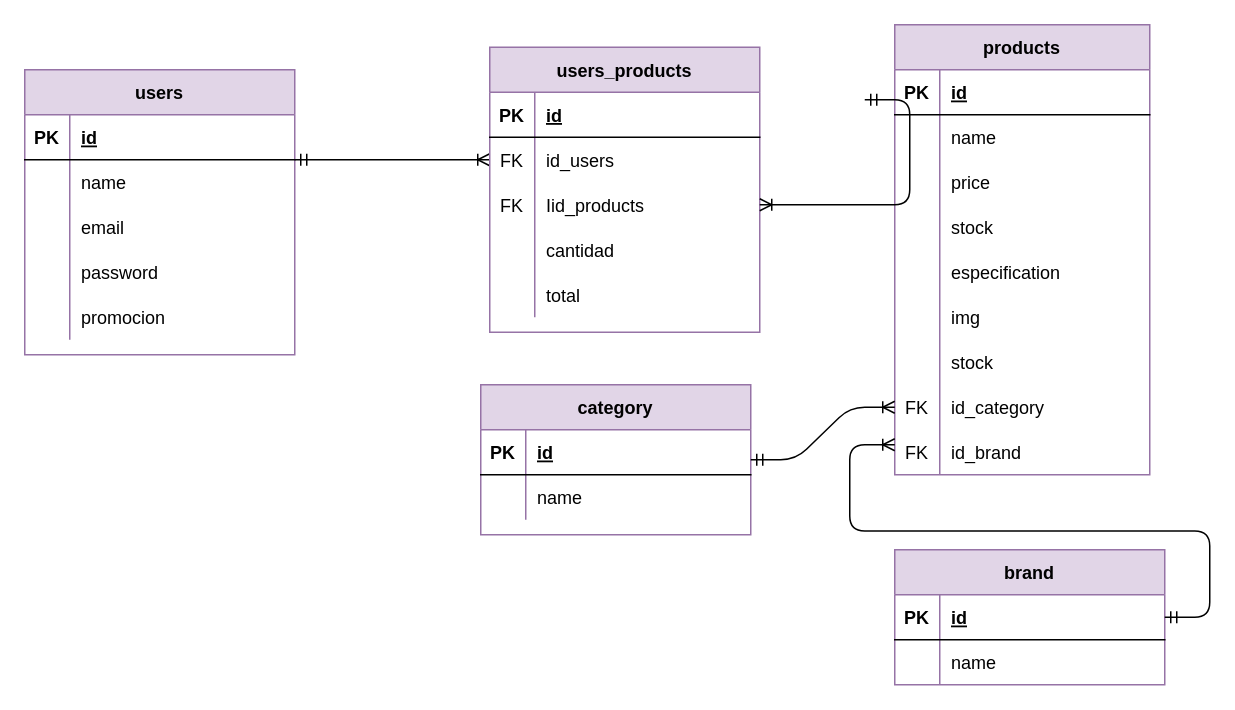
This is page "Página-7" (7 of 7) of Diagrama sin título.drawio from licia90/prueba, a draw.io file, before an edit. Source tidied: cells renumbered, new cells numbered last; positions are measured from the earlier drawing's top-left corner, leaving out a move shared by most shapes. Both pictures are drawn from the tidied source at 150%, with x=0, y=0 at pixel (24, 24).
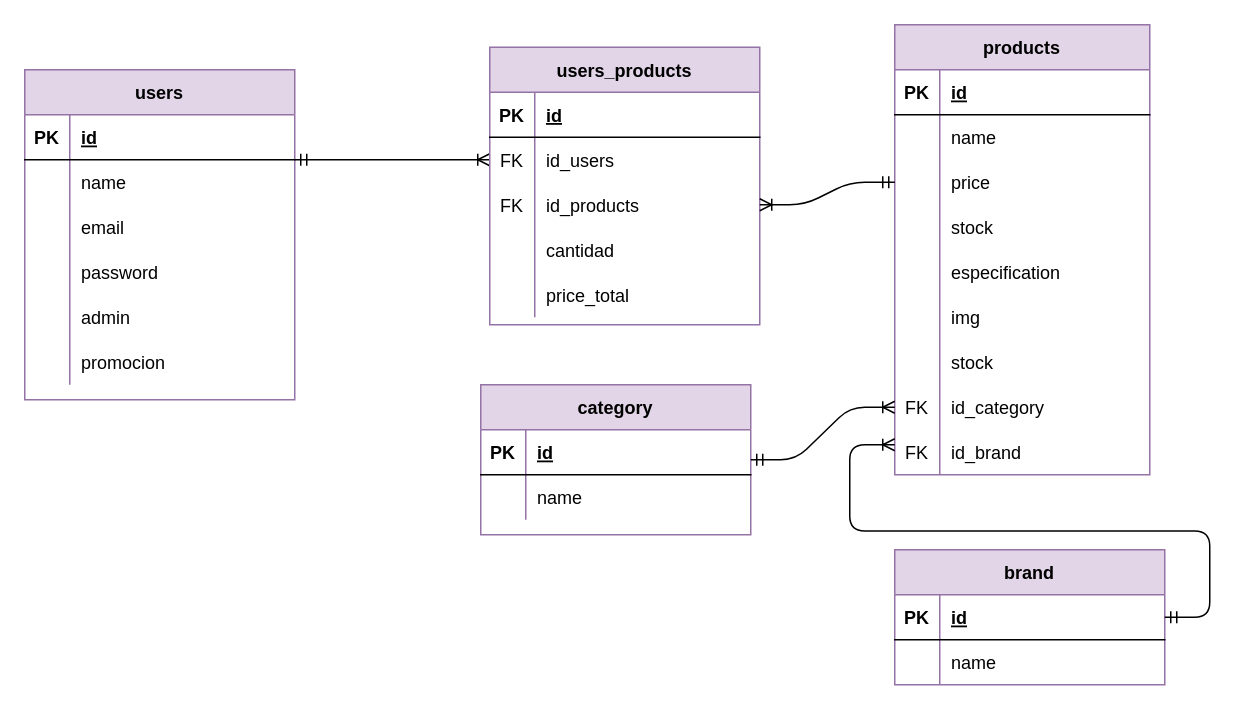
After the change.

The change refers to these unchanged cells:
```xml
<mxCell id="25" style="shape=partialRectangle;fillColor=none;top=0;left=0;bottom=0;right=0;points=[[0,0.5],[1,0.5]];portConstraint=eastwest;" parent="18" vertex="1">
  <mxGeometry y="90" width="170" height="30" as="geometry" />
</mxCell>
<mxCell id="54" style="shape=partialRectangle;fillColor=none;top=0;left=0;bottom=0;right=0;points=[[0,0.5],[1,0.5]];portConstraint=eastwest;" parent="47" vertex="1">
  <mxGeometry y="90" width="180" height="30" as="geometry" />
</mxCell>
<mxCell id="60" style="shape=partialRectangle;fillColor=none;top=0;left=0;bottom=0;right=0;" parent="47" vertex="1">
  <mxGeometry y="150" width="180" height="30" as="geometry" />
</mxCell>
```

The edit, as a diff of the source:
```diff
@@
     <mxCell id="2" value="users" style="shape=table;startSize=30;childLayout=tableLayout;rowLines=0;fontStyle=1;align=center;fillColor=#e1d5e7;strokeColor=#9673a6;" parent="1" vertex="1">
-      <mxGeometry y="30" width="180" height="190" as="geometry" />
+      <mxGeometry y="30" width="180" height="220" as="geometry" />
     </mxCell>
@@
+    <mxCell id="80" style="shape=partialRectangle;fillColor=none;top=0;left=0;bottom=0;right=0;" parent="2" vertex="1">
+      <mxGeometry y="150" width="180" height="30" as="geometry" />
+    </mxCell>
+    <mxCell id="81" style="shape=partialRectangle;fillColor=none;top=0;left=0;bottom=0;right=0;overflow=hidden;" parent="80" vertex="1">
+      <mxGeometry width="30" height="30" as="geometry" />
+    </mxCell>
+    <mxCell id="82" value="admin" style="shape=partialRectangle;fillColor=none;top=0;left=0;bottom=0;right=0;align=left;spacingLeft=6;overflow=hidden;" parent="80" vertex="1">
+      <mxGeometry x="30" width="150" height="30" as="geometry" />
+    </mxCell>
     <mxCell id="15" style="shape=partialRectangle;fillColor=none;top=0;left=0;bottom=0;right=0;" parent="2" vertex="1">
-      <mxGeometry y="150" width="180" height="30" as="geometry" />
+      <mxGeometry y="180" width="180" height="30" as="geometry" />
     </mxCell>
@@
     <mxCell id="47" value="users_products" style="shape=table;startSize=30;childLayout=tableLayout;rowLines=0;fontStyle=1;align=center;fillColor=#e1d5e7;strokeColor=#9673a6;" parent="1" vertex="1">
-      <mxGeometry x="310" y="15" width="180" height="190" as="geometry" />
+      <mxGeometry x="310" y="15" width="180" height="185" as="geometry" />
     </mxCell>
@@
-    <mxCell id="56" value="Iid_products" style="shape=partialRectangle;fillColor=none;top=0;left=0;bottom=0;right=0;align=left;spacingLeft=6;overflow=hidden;" parent="54" vertex="1">
+    <mxCell id="56" value="id_products" style="shape=partialRectangle;fillColor=none;top=0;left=0;bottom=0;right=0;align=left;spacingLeft=6;overflow=hidden;" parent="54" vertex="1">
       <mxGeometry x="30" width="150" height="30" as="geometry" />
     </mxCell>
@@
-    <mxCell id="62" value="total" style="shape=partialRectangle;fillColor=none;top=0;left=0;bottom=0;right=0;align=left;spacingLeft=6;overflow=hidden;" parent="60" vertex="1">
+    <mxCell id="62" value="price_total" style="shape=partialRectangle;fillColor=none;top=0;left=0;bottom=0;right=0;align=left;spacingLeft=6;overflow=hidden;" parent="60" vertex="1">
       <mxGeometry x="30" width="150" height="30" as="geometry" />
     </mxCell>
-    <mxCell id="63" style="edgeStyle=entityRelationEdgeStyle;fontSize=12;html=1;endArrow=ERoneToMany;startArrow=ERmandOne;" parent="1" edge="1" target="54">
-      <mxGeometry relative="1" as="geometry">
-        <mxPoint x="560" y="50" as="sourcePoint" />
-      </mxGeometry>
+    <mxCell id="63" style="edgeStyle=entityRelationEdgeStyle;fontSize=12;html=1;endArrow=ERoneToMany;startArrow=ERmandOne;" parent="1" edge="1" source="25" target="54">
+      <mxGeometry relative="1" as="geometry" />
     </mxCell>
```
